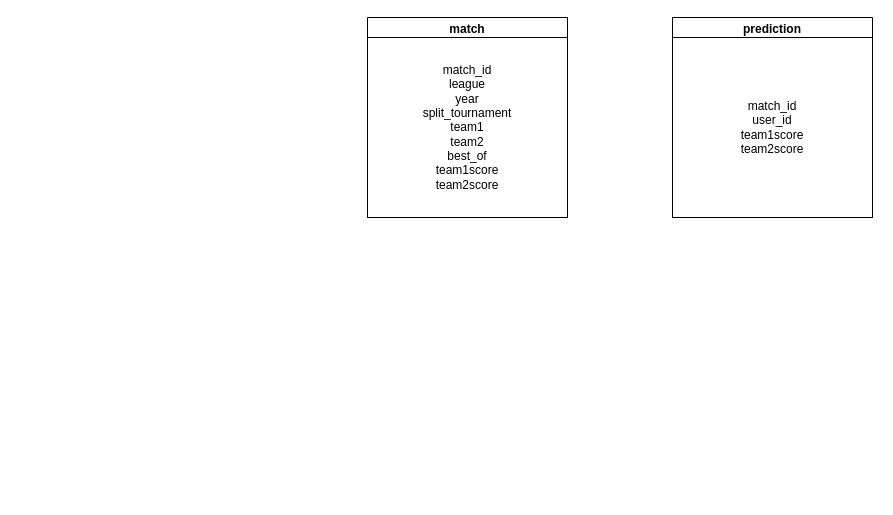
Earlier version of the draw.io diagram database/database.drawio (Evileoo/LoLEsports-Predictions). Source tidied: cells renumbered, new cells numbered last; positions are measured from the earlier drawing's top-left corner, leaving out a move shared by most shapes. Both pictures are drawn from the tidied source at 100%, with x=0, y=0 at pixel (367, 17).
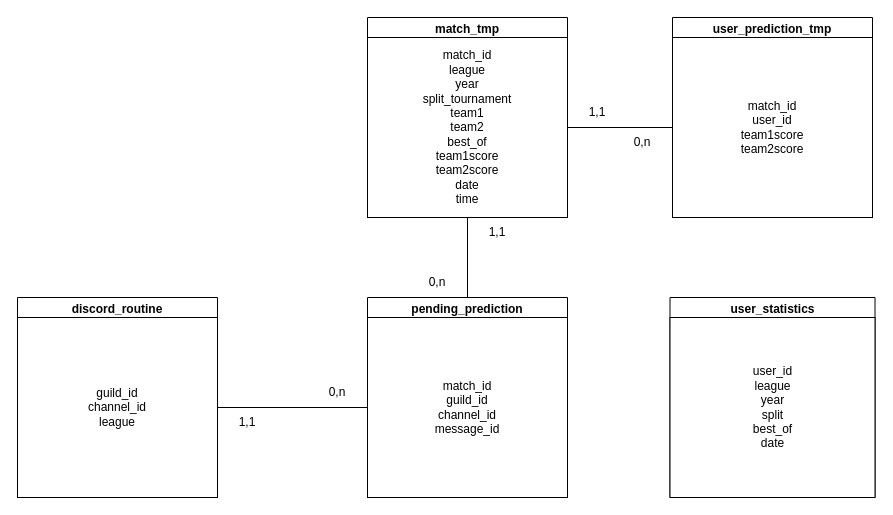
The same page after the edit.

The change refers to these unchanged cells:
```xml
<mxCell id="5" value="match_id&lt;br&gt;user_id&lt;br&gt;team1score&lt;br&gt;team2score" style="rounded=0;whiteSpace=wrap;html=1;" parent="4" vertex="1">
  <mxGeometry y="20" width="200" height="180" as="geometry" />
</mxCell>
```

Change to the diagram source:
```diff
@@
-    <mxCell id="2" value="match" style="swimlane;whiteSpace=wrap;html=1;" parent="1" vertex="1">
+    <mxCell id="2" value="match_tmp" style="swimlane;whiteSpace=wrap;html=1;" parent="1" vertex="1">
       <mxGeometry width="200" height="200" as="geometry" />
     </mxCell>
-    <mxCell id="3" value="match_id&lt;br&gt;league&lt;br&gt;year&lt;br&gt;split_tournament&lt;br&gt;team1&lt;br&gt;team2&lt;br&gt;best_of&lt;br&gt;team1score&lt;br&gt;team2score" style="rounded=0;whiteSpace=wrap;html=1;" parent="2" vertex="1">
+    <mxCell id="3" value="match_id&lt;br&gt;league&lt;br&gt;year&lt;br&gt;split_tournament&lt;br&gt;team1&lt;br&gt;team2&lt;br&gt;best_of&lt;br&gt;team1score&lt;br&gt;team2score&lt;br&gt;date&lt;br&gt;time" style="rounded=0;whiteSpace=wrap;html=1;" parent="2" vertex="1">
       <mxGeometry y="20" width="200" height="180" as="geometry" />
     </mxCell>
-    <mxCell id="4" value="prediction" style="swimlane;whiteSpace=wrap;html=1;" parent="1" vertex="1">
+    <mxCell id="4" value="user_prediction_tmp" style="swimlane;whiteSpace=wrap;html=1;" parent="1" vertex="1">
       <mxGeometry x="305" width="200" height="200" as="geometry" />
     </mxCell>
@@
+    <mxCell id="6" value="pending_prediction" style="swimlane;whiteSpace=wrap;html=1;" parent="1" vertex="1">
+      <mxGeometry y="280" width="200" height="200" as="geometry" />
+    </mxCell>
+    <mxCell id="7" value="match_id&lt;br&gt;guild_id&lt;br&gt;channel_id&lt;br&gt;message_id" style="rounded=0;whiteSpace=wrap;html=1;" parent="6" vertex="1">
+      <mxGeometry y="20" width="200" height="180" as="geometry" />
+    </mxCell>
+    <mxCell id="8" value="user_statistics" style="swimlane;whiteSpace=wrap;html=1;" parent="1" vertex="1">
+      <mxGeometry x="302.5" y="280" width="205" height="200" as="geometry" />
+    </mxCell>
+    <mxCell id="9" value="user_id&lt;br&gt;league&lt;br&gt;year&lt;br&gt;split&lt;br&gt;best_of&lt;br&gt;date" style="rounded=0;whiteSpace=wrap;html=1;" parent="8" vertex="1">
+      <mxGeometry y="20" width="205" height="180" as="geometry" />
+    </mxCell>
+    <mxCell id="10" value="discord_routine" style="swimlane;whiteSpace=wrap;html=1;" parent="1" vertex="1">
+      <mxGeometry x="-350" y="280" width="200" height="200" as="geometry" />
+    </mxCell>
+    <mxCell id="11" value="guild_id&lt;br&gt;channel_id&lt;br&gt;league" style="rounded=0;whiteSpace=wrap;html=1;" parent="10" vertex="1">
+      <mxGeometry y="20" width="200" height="180" as="geometry" />
+    </mxCell>
+    <mxCell id="12" style="endArrow=none;html=1;exitX=1;exitY=0.5;exitDx=0;exitDy=0;entryX=0;entryY=0.5;entryDx=0;entryDy=0;" parent="1" edge="1" source="11" target="7">
+      <mxGeometry relative="1" as="geometry" />
+    </mxCell>
+    <mxCell id="13" style="endArrow=none;html=1;entryX=0.5;entryY=1;entryDx=0;entryDy=0;exitX=0.5;exitY=0;exitDx=0;exitDy=0;" parent="1" edge="1" source="6" target="2">
+      <mxGeometry relative="1" as="geometry" />
+    </mxCell>
+    <mxCell id="14" style="endArrow=none;html=1;entryX=1;entryY=0.5;entryDx=0;entryDy=0;exitX=0;exitY=0.5;exitDx=0;exitDy=0;" parent="1" edge="1" source="5" target="3">
+      <mxGeometry relative="1" as="geometry" />
+    </mxCell>
+    <mxCell id="15" value="0,n" style="text;html=1;strokeColor=none;fillColor=none;align=center;verticalAlign=middle;whiteSpace=wrap;rounded=0;" parent="1" vertex="1">
+      <mxGeometry x="-60" y="360" width="60" height="30" as="geometry" />
+    </mxCell>
+    <mxCell id="16" value="1,1" style="text;html=1;strokeColor=none;fillColor=none;align=center;verticalAlign=middle;whiteSpace=wrap;rounded=0;" parent="1" vertex="1">
+      <mxGeometry x="-150" y="390" width="60" height="30" as="geometry" />
+    </mxCell>
+    <mxCell id="17" value="1,1" style="text;html=1;strokeColor=none;fillColor=none;align=center;verticalAlign=middle;whiteSpace=wrap;rounded=0;" parent="1" vertex="1">
+      <mxGeometry x="100" y="200" width="60" height="30" as="geometry" />
+    </mxCell>
+    <mxCell id="18" value="0,n" style="text;html=1;strokeColor=none;fillColor=none;align=center;verticalAlign=middle;whiteSpace=wrap;rounded=0;" parent="1" vertex="1">
+      <mxGeometry x="40" y="250" width="60" height="30" as="geometry" />
+    </mxCell>
+    <mxCell id="19" value="1,1" style="text;html=1;strokeColor=none;fillColor=none;align=center;verticalAlign=middle;whiteSpace=wrap;rounded=0;" parent="1" vertex="1">
+      <mxGeometry x="200" y="80" width="60" height="30" as="geometry" />
+    </mxCell>
+    <mxCell id="20" value="0,n" style="text;html=1;strokeColor=none;fillColor=none;align=center;verticalAlign=middle;whiteSpace=wrap;rounded=0;" parent="1" vertex="1">
+      <mxGeometry x="245" y="110" width="60" height="30" as="geometry" />
+    </mxCell>
```
